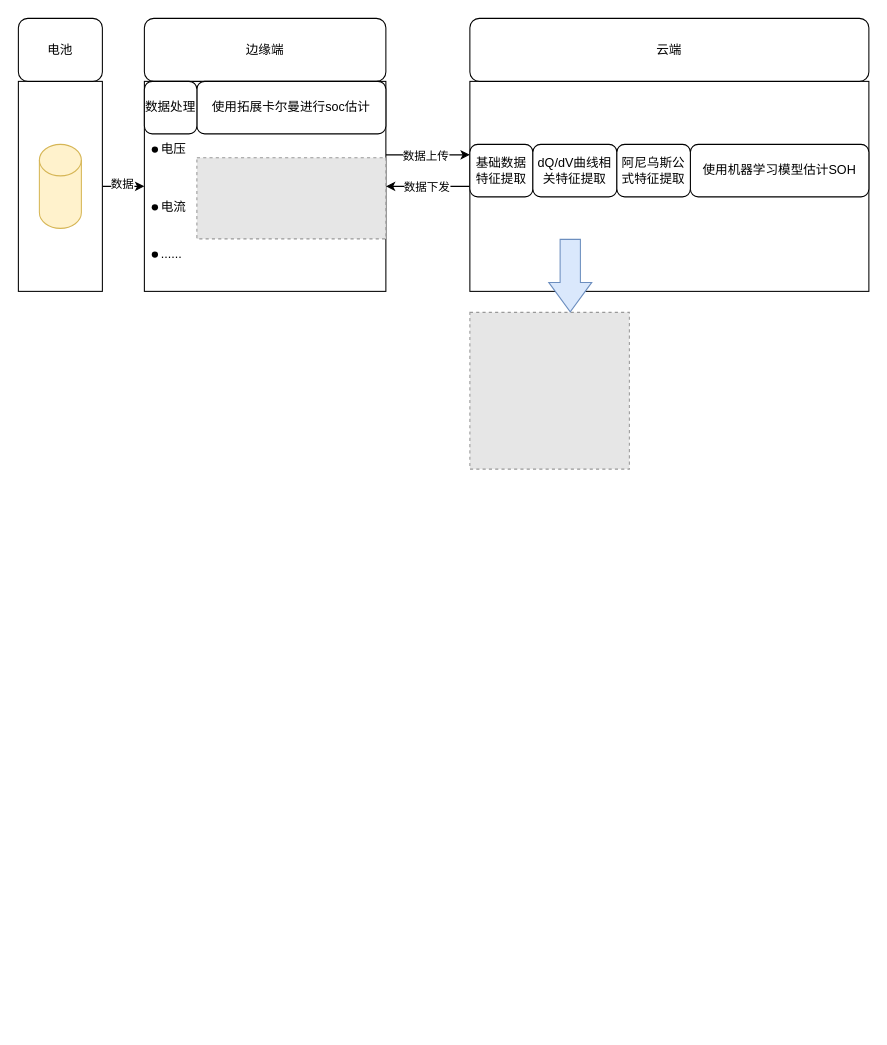
Quinnsx/draw.io keeps this draw.io diagram as 边缘融合.drawio. Above is the earlier version. Source tidied: cells renumbered, new cells numbered last; positions are measured from the earlier drawing's top-left corner, leaving out a move shared by most shapes. Both pictures are drawn from the tidied source at 105%, with x=0, y=0 at pixel (18, 18). Pictures stored in the file or linked from it are replaced by grey dashed boxes.
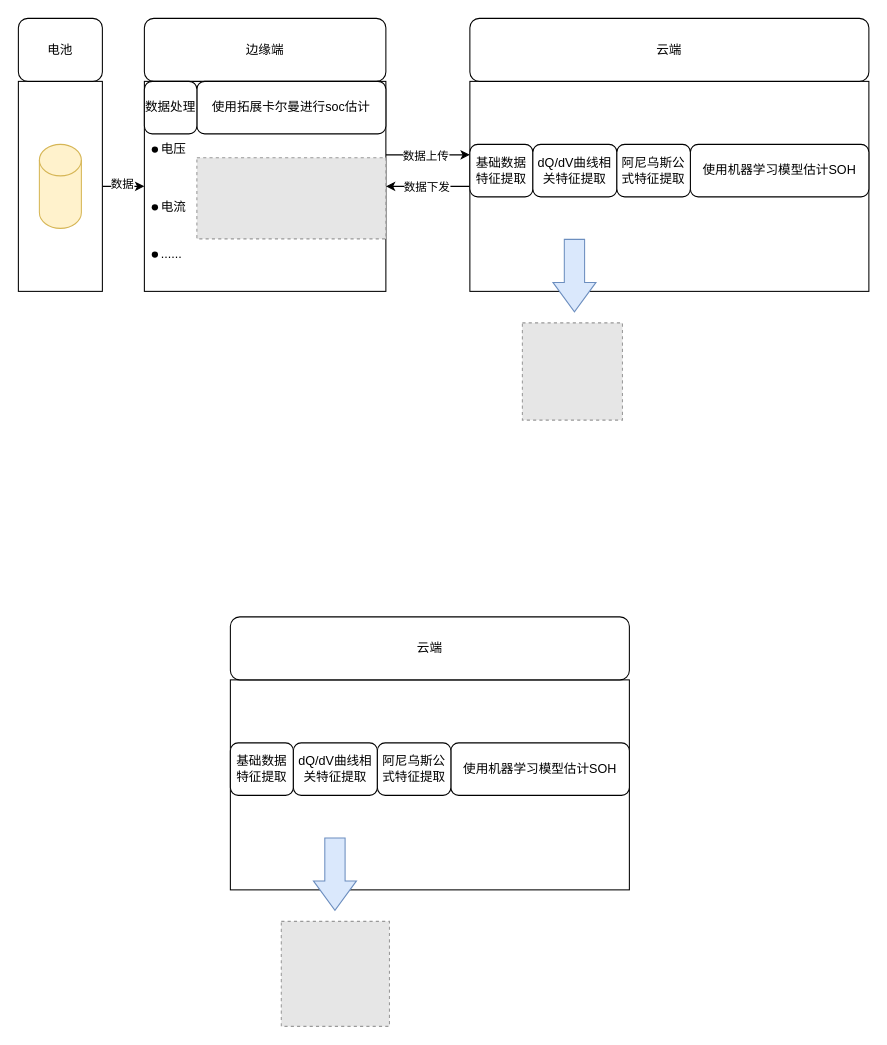
The same page after the edit.

Commit message:
更新边缘融合.drawio

The edit, as a diff of the source:
```diff
@@
-    <mxCell id="28" style="fillColor=#E6E6E6;strokeColor=#999999;dashed=1;verticalLabelPosition=bottom;labelBackgroundColor=default;verticalAlign=top;" parent="1" vertex="1">
-      <mxGeometry x="430" y="280" width="151.9" height="149.3" as="geometry" />
-    </mxCell>
     <mxCell id="29" style="shape=flexArrow;endArrow=classic;html=1;rounded=0;endWidth=20.689655172413794;width=19.310344827586206;endSize=9.013793103448277;fillColor=#dae8fc;strokeColor=#6c8ebf;" parent="1" edge="1">
       <mxGeometry relative="1" as="geometry">
-        <mxPoint x="525.6" y="210" as="sourcePoint" />
-        <mxPoint x="525.6" y="280" as="targetPoint" />
+        <mxPoint x="529.6" y="210" as="sourcePoint" />
+        <mxPoint x="529.6" y="280" as="targetPoint" />
       </mxGeometry>
     </mxCell>
+    <mxCell id="30" style="rounded=0;whiteSpace=wrap;html=1;" parent="1" vertex="1">
+      <mxGeometry x="201.9" y="630" width="380" height="200" as="geometry" />
+    </mxCell>
+    <mxCell id="31" value="云端" style="rounded=1;whiteSpace=wrap;html=1;" parent="1" vertex="1">
+      <mxGeometry x="201.9" y="570" width="380" height="60" as="geometry" />
+    </mxCell>
+    <mxCell id="32" value="使用机器学习模型估计SOH" style="rounded=1;whiteSpace=wrap;html=1;" parent="1" vertex="1">
+      <mxGeometry x="411.9" y="690" width="170" height="50" as="geometry" />
+    </mxCell>
+    <mxCell id="33" value="基础数据特征提取" style="rounded=1;whiteSpace=wrap;html=1;" parent="1" vertex="1">
+      <mxGeometry x="201.9" y="690" width="60" height="50" as="geometry" />
+    </mxCell>
+    <mxCell id="34" value="dQ/dV曲线相关特征提取" style="rounded=1;whiteSpace=wrap;html=1;" parent="1" vertex="1">
+      <mxGeometry x="261.9" y="690" width="80" height="50" as="geometry" />
+    </mxCell>
+    <mxCell id="35" value="阿尼乌斯公式特征提取" style="rounded=1;whiteSpace=wrap;html=1;" parent="1" vertex="1">
+      <mxGeometry x="341.9" y="690" width="70" height="50" as="geometry" />
+    </mxCell>
+    <mxCell id="36" style="shape=flexArrow;endArrow=classic;html=1;rounded=0;endWidth=20.689655172413794;width=19.310344827586206;endSize=9.013793103448277;fillColor=#dae8fc;strokeColor=#6c8ebf;" parent="1" edge="1">
+      <mxGeometry relative="1" as="geometry">
+        <mxPoint x="301.5" y="780" as="sourcePoint" />
+        <mxPoint x="301.5" y="850" as="targetPoint" />
+      </mxGeometry>
+    </mxCell>
+    <mxCell id="37" style="fillColor=#E6E6E6;strokeColor=#999999;dashed=1;verticalLabelPosition=bottom;labelBackgroundColor=default;verticalAlign=top;" parent="1" vertex="1">
+      <mxGeometry x="250.4" y="860" width="103" height="100" as="geometry" />
+    </mxCell>
+    <mxCell id="38" style="fillColor=#E6E6E6;strokeColor=#999999;dashed=1;verticalLabelPosition=bottom;labelBackgroundColor=default;verticalAlign=top;" parent="1" vertex="1">
+      <mxGeometry x="480" y="290" width="95.3" height="92.6" as="geometry" />
+    </mxCell>
```
